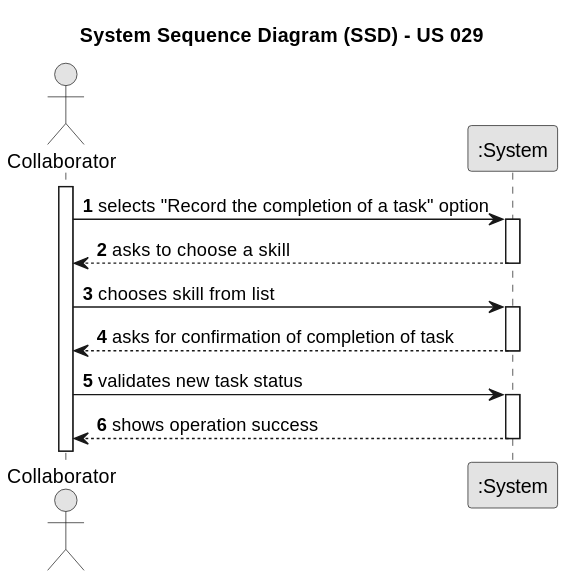
Earlier version of the PlantUML export docs/sprintC/us029/01.requirements-engineering/svg/us029-system-sequence-diagram.svg (Departamento-de-Engenharia-Informatica/lei-24-s2-1dm-g132).
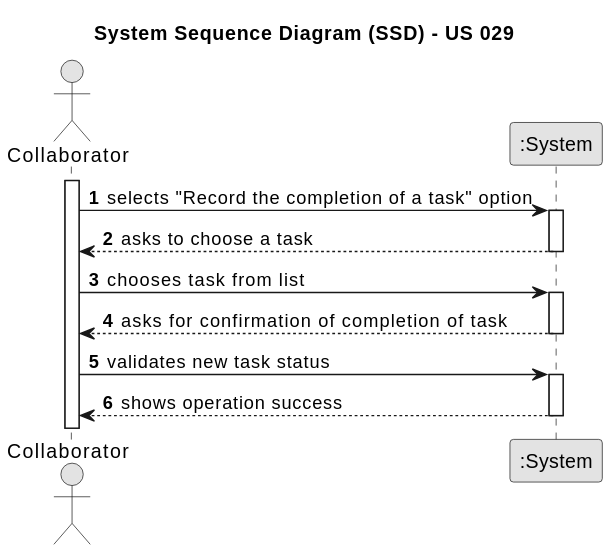
Later version of the same file.

The edit, as a diff of the source:
```diff
@@ -15,9 +15,9 @@
     Employee -> System: selects "Record the completion of a task" option
     activate System
 
-         System --> Employee: asks to choose a skill
+         System --> Employee: asks to choose a task
             deactivate System
-                Employee -> System: chooses skill from list
+                Employee -> System: chooses task from list
                     activate System
                        System --> Employee: asks for confirmation of completion of task
                                 deactivate System
```
